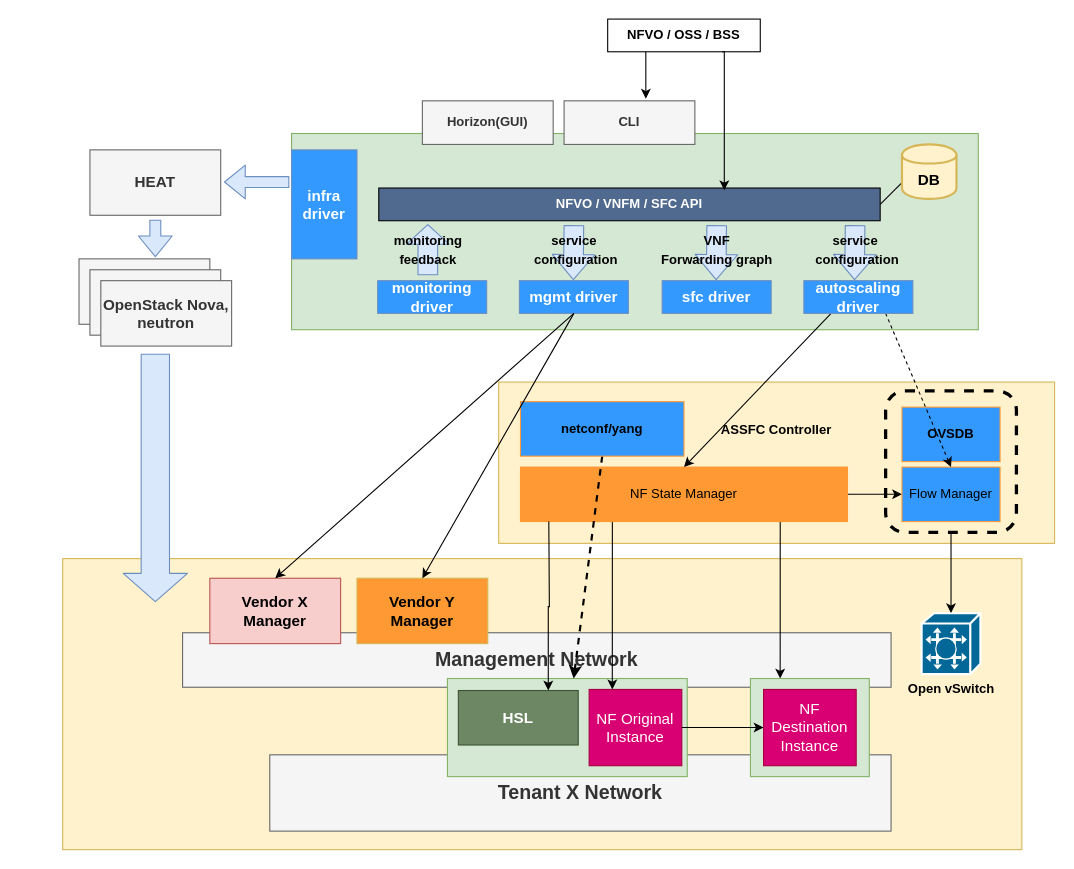
Before: ASSFC Arch.drawio in nhbinh/draw.io, a draw.io diagram. Source tidied: cells renumbered, new cells numbered last; positions are measured from the earlier drawing's top-left corner, leaving out a move shared by most shapes. Both pictures are drawn from the tidied source at 109%, with x=0, y=0 at pixel (62, 19).
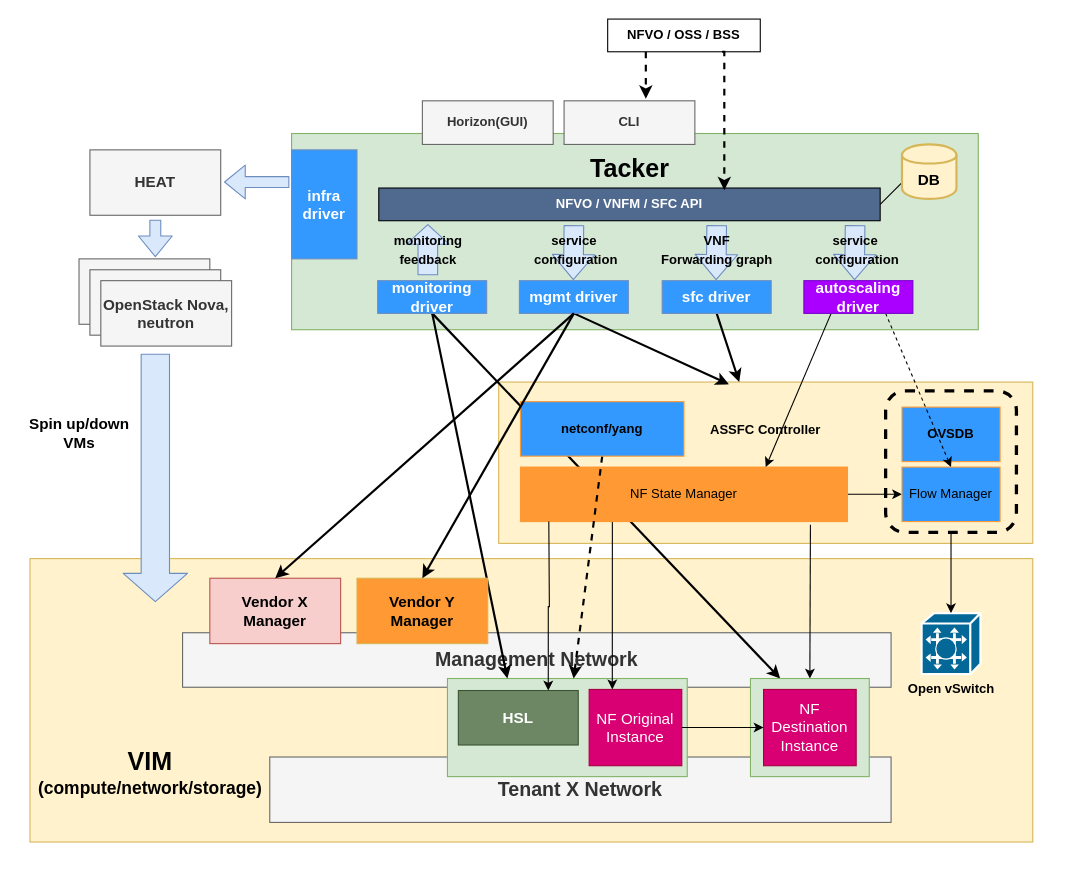
After the change.

Unchanged cells that the change refers to:
```xml
<mxCell id="5" style="rounded=0;whiteSpace=wrap;html=1;strokeColor=#82b366;strokeWidth=1;fillColor=#d5e8d4;fontSize=14;" parent="1" vertex="1">
  <mxGeometry x="353" y="605" width="220" height="90" as="geometry" />
</mxCell>
<mxCell id="10" value="&lt;b&gt;NFVO / OSS / BSS&lt;/b&gt;" style="rounded=0;whiteSpace=wrap;html=1;" parent="1" vertex="1">
  <mxGeometry x="500" width="140" height="30" as="geometry" />
</mxCell>
<mxCell id="13" value="&lt;b&gt;CLI&lt;/b&gt;" style="rounded=0;whiteSpace=wrap;html=1;fillColor=#f5f5f5;strokeColor=#666666;fontColor=#333333;" parent="1" vertex="1">
  <mxGeometry x="460" y="75" width="120" height="40" as="geometry" />
</mxCell>
<mxCell id="16" value="&lt;b style=&quot;font-size: 14px;&quot;&gt;&lt;font color=&quot;#ffffff&quot; style=&quot;font-size: 14px;&quot;&gt;monitoring driver&lt;/font&gt;&lt;/b&gt;" style="rounded=0;whiteSpace=wrap;html=1;fillColor=#3399FF;strokeColor=#6c8ebf;fontSize=14;flipH=0;" parent="1" vertex="1">
  <mxGeometry x="289" y="240" width="100" height="30" as="geometry" />
</mxCell>
<mxCell id="17" value="&lt;b style=&quot;font-size: 14px;&quot;&gt;&lt;font color=&quot;#ffffff&quot; style=&quot;font-size: 14px;&quot;&gt;mgmt driver&lt;/font&gt;&lt;/b&gt;" style="rounded=0;whiteSpace=wrap;html=1;fillColor=#3399FF;strokeColor=#6c8ebf;fontSize=14;flipH=0;" parent="1" vertex="1">
  <mxGeometry x="419" y="240" width="100" height="30" as="geometry" />
</mxCell>
<mxCell id="18" value="&lt;b style=&quot;font-size: 14px;&quot;&gt;&lt;font color=&quot;#ffffff&quot; style=&quot;font-size: 14px;&quot;&gt;sfc driver&lt;/font&gt;&lt;/b&gt;" style="rounded=0;whiteSpace=wrap;html=1;fillColor=#3399FF;strokeColor=#6c8ebf;fontSize=14;flipH=0;" parent="1" vertex="1">
  <mxGeometry x="550" y="240" width="100" height="30" as="geometry" />
</mxCell>
<mxCell id="23" value="NF State Manager" style="rounded=0;whiteSpace=wrap;html=1;strokeColor=#FF9933;fillColor=#FF9933;" parent="1" vertex="1">
  <mxGeometry x="420" y="411" width="300" height="50" as="geometry" />
</mxCell>
<mxCell id="26" value="&lt;b&gt;&lt;font style=&quot;font-size: 14px&quot;&gt;Vendor X Manager&lt;/font&gt;&lt;/b&gt;" style="rounded=0;whiteSpace=wrap;html=1;strokeColor=#b85450;fillColor=#f8cecc;" parent="1" vertex="1">
  <mxGeometry x="135" y="513" width="120" height="60" as="geometry" />
</mxCell>
<mxCell id="27" value="&lt;b&gt;&lt;font style=&quot;font-size: 14px&quot;&gt;Vendor Y Manager&lt;/font&gt;&lt;/b&gt;" style="rounded=0;whiteSpace=wrap;html=1;strokeColor=#d6b656;fillColor=#FF9933;" parent="1" vertex="1">
  <mxGeometry x="270" y="513" width="120" height="60" as="geometry" />
</mxCell>
<mxCell id="32" style="rounded=0;whiteSpace=wrap;html=1;strokeColor=#82b366;strokeWidth=1;fillColor=#d5e8d4;fontSize=14;" parent="1" vertex="1">
  <mxGeometry x="631" y="605" width="109" height="90" as="geometry" />
</mxCell>
```

The edit, as a diff of the source:
```diff
@@
     <mxCell id="2" style="rounded=0;whiteSpace=wrap;html=1;strokeColor=#d6b656;fillColor=#fff2cc;" parent="1" vertex="1">
-      <mxGeometry y="495" width="880" height="267" as="geometry" />
+      <mxGeometry x="-30" y="495" width="920" height="260" as="geometry" />
     </mxCell>
     <mxCell id="3" value="&lt;font size=&quot;1&quot;&gt;&lt;b style=&quot;font-size: 18px&quot;&gt;Tenant X Network&lt;/b&gt;&lt;/font&gt;" style="rounded=0;whiteSpace=wrap;html=1;strokeColor=#666666;fillColor=#f5f5f5;fontColor=#333333;" parent="1" vertex="1">
-      <mxGeometry x="190" y="675" width="570" height="70" as="geometry" />
+      <mxGeometry x="190" y="677" width="570" height="60" as="geometry" />
     </mxCell>
@@
     <mxCell id="7" value="&lt;b&gt;ASSFC Controller&lt;/b&gt;" style="rounded=0;whiteSpace=wrap;html=1;strokeColor=#d6b656;fillColor=#fff2cc;spacingTop=-60;" parent="1" vertex="1">
-      <mxGeometry x="400" y="333" width="510" height="148" as="geometry" />
+      <mxGeometry x="400" y="333" width="490" height="148" as="geometry" />
     </mxCell>
@@
-    <mxCell id="9" style="edgeStyle=orthogonalEdgeStyle;rounded=0;jettySize=auto;html=1;exitX=0.25;exitY=1;exitDx=0;exitDy=0;entryX=0.625;entryY=-0.05;entryDx=0;entryDy=0;entryPerimeter=0;" parent="1" edge="1" source="10" target="13">
+    <mxCell id="9" style="edgeStyle=orthogonalEdgeStyle;rounded=0;jettySize=auto;html=1;exitX=0.25;exitY=1;exitDx=0;exitDy=0;entryX=0.625;entryY=-0.05;entryDx=0;entryDy=0;entryPerimeter=0;strokeWidth=2;dashed=1;" parent="1" edge="1" source="10" target="13">
       <mxGeometry relative="1" as="geometry" />
     </mxCell>
@@
+    <mxCell id="55" style="edgeStyle=none;rounded=0;jettySize=auto;html=1;exitX=0.5;exitY=1;exitDx=0;exitDy=0;entryX=0.25;entryY=0;entryDx=0;entryDy=0;strokeWidth=2;" parent="1" edge="1" source="16" target="5">
+      <mxGeometry relative="1" as="geometry" />
+    </mxCell>
+    <mxCell id="56" style="edgeStyle=none;rounded=0;jettySize=auto;html=1;exitX=0.5;exitY=1;exitDx=0;exitDy=0;entryX=0.25;entryY=0;entryDx=0;entryDy=0;strokeWidth=2;" parent="1" edge="1" source="16" target="32">
+      <mxGeometry relative="1" as="geometry" />
+    </mxCell>
@@
+    <mxCell id="57" style="edgeStyle=none;rounded=0;jettySize=auto;html=1;exitX=0.5;exitY=1;exitDx=0;exitDy=0;entryX=0.431;entryY=0.014;entryDx=0;entryDy=0;entryPerimeter=0;strokeWidth=2;" parent="1" edge="1" source="17" target="7">
+      <mxGeometry relative="1" as="geometry" />
+    </mxCell>
@@
+    <mxCell id="58" style="rounded=0;jettySize=auto;html=1;exitX=0.5;exitY=1;exitDx=0;exitDy=0;strokeWidth=2;" parent="1" edge="1" source="18" target="7">
+      <mxGeometry relative="1" as="geometry" />
+    </mxCell>
@@
-    <mxCell id="21" style="edgeStyle=orthogonalEdgeStyle;rounded=0;jettySize=auto;html=1;exitX=0.783;exitY=1;exitDx=0;exitDy=0;entryX=0.25;entryY=0;entryDx=0;entryDy=0;fontSize=14;fontColor=#000000;exitPerimeter=0;" parent="1" edge="1" source="23" target="32">
+    <mxCell id="21" style="rounded=0;jettySize=auto;html=1;entryX=0.5;entryY=0;entryDx=0;entryDy=0;fontSize=14;fontColor=#000000;" parent="1" edge="1" target="32">
       <mxGeometry relative="1" as="geometry">
-        <Array as="points">
-          <mxPoint x="658" y="461" />
-        </Array>
+        <mxPoint x="686" y="464" as="sourcePoint" />
       </mxGeometry>
     </mxCell>
@@
-    <mxCell id="36" style="edgeStyle=none;rounded=0;jettySize=auto;html=1;exitX=0.5;exitY=1;exitDx=0;exitDy=0;entryX=0.5;entryY=0;entryDx=0;entryDy=0;" parent="1" edge="1" source="17" target="26">
+    <mxCell id="36" style="edgeStyle=none;rounded=0;jettySize=auto;html=1;exitX=0.5;exitY=1;exitDx=0;exitDy=0;entryX=0.5;entryY=0;entryDx=0;entryDy=0;strokeWidth=2;" parent="1" edge="1" source="17" target="26">
       <mxGeometry relative="1" as="geometry" />
     </mxCell>
-    <mxCell id="37" style="edgeStyle=none;rounded=0;jettySize=auto;html=1;exitX=0.5;exitY=1;exitDx=0;exitDy=0;entryX=0.5;entryY=0;entryDx=0;entryDy=0;" parent="1" edge="1" source="17" target="27">
+    <mxCell id="37" style="edgeStyle=none;rounded=0;jettySize=auto;html=1;exitX=0.5;exitY=1;exitDx=0;exitDy=0;entryX=0.5;entryY=0;entryDx=0;entryDy=0;strokeWidth=2;" parent="1" edge="1" source="17" target="27">
       <mxGeometry relative="1" as="geometry" />
     </mxCell>
-    <mxCell id="38" style="edgeStyle=orthogonalEdgeStyle;rounded=0;jettySize=auto;html=1;exitX=0.75;exitY=1;exitDx=0;exitDy=0;" parent="1" edge="1" source="10">
+    <mxCell id="38" style="edgeStyle=orthogonalEdgeStyle;rounded=0;jettySize=auto;html=1;exitX=0.75;exitY=1;exitDx=0;exitDy=0;strokeWidth=2;dashed=1;" parent="1" edge="1" source="10">
       <mxGeometry relative="1" as="geometry">
         <mxPoint x="607" y="157" as="targetPoint" />
         <Array as="points">
           <mxPoint x="607" y="30" />
         </Array>
       </mxGeometry>
     </mxCell>
@@
-    <mxCell id="51" style="edgeStyle=none;rounded=0;jettySize=auto;html=1;exitX=0.25;exitY=1;exitDx=0;exitDy=0;entryX=0.5;entryY=0;entryDx=0;entryDy=0;labelBackgroundColor=none;startArrow=none;startFill=0;endArrow=classic;endFill=1;strokeWidth=1;fontSize=14;fontColor=#000000;" parent="1" edge="1" source="53" target="23">
+    <mxCell id="51" style="edgeStyle=none;rounded=0;jettySize=auto;html=1;exitX=0.25;exitY=1;exitDx=0;exitDy=0;entryX=0.75;entryY=0;entryDx=0;entryDy=0;labelBackgroundColor=none;startArrow=none;startFill=0;endArrow=classic;endFill=1;strokeWidth=1;fontSize=14;fontColor=#000000;" parent="1" edge="1" source="53" target="23">
       <mxGeometry relative="1" as="geometry" />
     </mxCell>
@@
-    <mxCell id="53" value="&lt;b style=&quot;font-size: 14px&quot;&gt;&lt;font color=&quot;#ffffff&quot; style=&quot;font-size: 14px&quot;&gt;autoscaling driver&lt;/font&gt;&lt;/b&gt;" style="rounded=0;whiteSpace=wrap;html=1;fillColor=#3399FF;strokeColor=#6c8ebf;fontSize=14;flipH=0;" parent="1" vertex="1">
+    <mxCell id="53" value="&lt;b style=&quot;font-size: 14px&quot;&gt;&lt;font color=&quot;#ffffff&quot; style=&quot;font-size: 14px&quot;&gt;autoscaling driver&lt;/font&gt;&lt;/b&gt;" style="rounded=0;whiteSpace=wrap;html=1;fillColor=#aa00ff;strokeColor=#7700CC;fontSize=14;flipH=0;fontColor=#ffffff;" parent="1" vertex="1">
       <mxGeometry x="680" y="240" width="100" height="30" as="geometry" />
     </mxCell>
@@
+    <mxCell id="59" value="&lt;font style=&quot;font-size: 14px&quot;&gt;&lt;b&gt;Spin up/down &lt;br&gt;VMs&lt;/b&gt;&lt;/font&gt;" style="text;html=1;align=center;verticalAlign=top;spacingTop=-4;" parent="1" vertex="1">
+      <mxGeometry x="-40" y="361" width="110" height="30" as="geometry" />
+    </mxCell>
+    <mxCell id="60" value="&lt;b&gt;&lt;font style=&quot;font-size: 23px&quot;&gt;Tacker&lt;/font&gt;&lt;/b&gt;" style="text;html=1;align=center;verticalAlign=top;spacingTop=-4;" parent="1" vertex="1">
+      <mxGeometry x="475" y="121" width="90" height="20" as="geometry" />
+    </mxCell>
+    <mxCell id="61" value="&lt;b&gt;&lt;font&gt;&lt;span style=&quot;font-size: 23px&quot;&gt;VIM&lt;/span&gt;&lt;br&gt;&lt;font style=&quot;font-size: 16px&quot;&gt;(compute/network/storage)&lt;/font&gt;&lt;br&gt;&lt;/font&gt;&lt;/b&gt;" style="text;html=1;align=center;verticalAlign=top;spacingTop=-4;" parent="1" vertex="1">
+      <mxGeometry x="-30" y="665" width="220" height="30" as="geometry" />
+    </mxCell>
```
